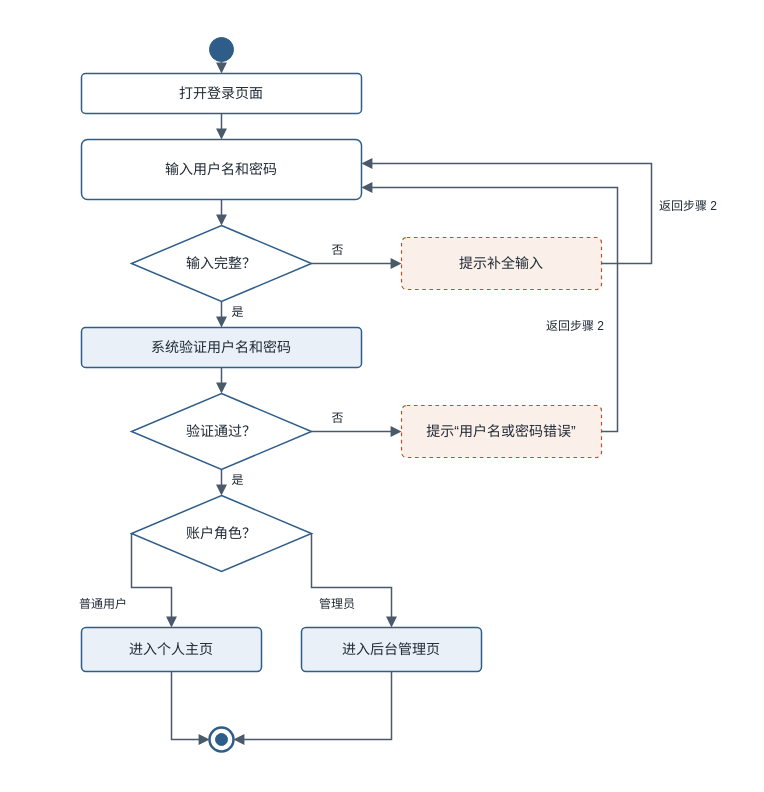
Before: docs/交付/1-账户管理-钟标/images/用户登录_活动图.drawio in chennuo1101/electronic-photo-album-system1, a draw.io diagram. Source tidied: cells renumbered, new cells numbered last; positions are measured from the earlier drawing's top-left corner, leaving out a move shared by most shapes. Both pictures are drawn from the tidied source at 100%, with x=0, y=0 at pixel (57, 17).
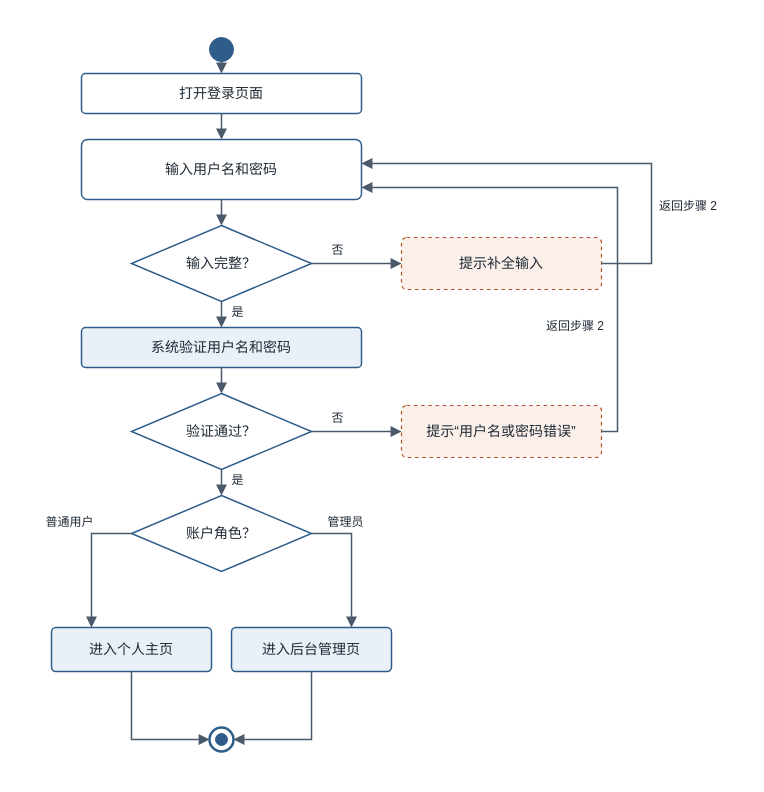
The same page after the edit.

Commit message (it also covers changes not shown here):
fix(diagrams): 交叉处加跨越符号，登录活动图角色分支改为一次折弯

The edit, as a diff of the source:
```diff
@@
     <mxCell id="2" style="rounded=0;whiteSpace=wrap;html=1;fillColor=#FFFFFF;strokeColor=none;" parent="1" vertex="1">
-      <mxGeometry width="690" height="758" as="geometry" />
+      <mxGeometry x="-40" width="730" height="758" as="geometry" />
     </mxCell>
@@
     <mxCell id="12" value="进入个人主页" style="rounded=1;arcSize=10;whiteSpace=wrap;html=1;fillColor=#E9F0F8;strokeColor=#2F5D8A;strokeWidth=1.5;fontFamily=Microsoft YaHei;fontSize=14;fontColor=#1F2A35;" parent="1" vertex="1">
-      <mxGeometry x="24" y="610" width="180" height="44" as="geometry" />
+      <mxGeometry x="-6" y="610" width="160" height="44" as="geometry" />
     </mxCell>
     <mxCell id="13" value="进入后台管理页" style="rounded=1;arcSize=10;whiteSpace=wrap;html=1;fillColor=#E9F0F8;strokeColor=#2F5D8A;strokeWidth=1.5;fontFamily=Microsoft YaHei;fontSize=14;fontColor=#1F2A35;" parent="1" vertex="1">
-      <mxGeometry x="244" y="610" width="180" height="44" as="geometry" />
+      <mxGeometry x="174" y="610" width="160" height="44" as="geometry" />
     </mxCell>
@@
-    <mxCell id="24" style="html=1;rounded=0;strokeColor=#4A5A6A;strokeWidth=1.5;startArrow=none;endArrow=block;endFill=1;endSize=7;" parent="1" edge="1">
+    <mxCell id="24" style="html=1;rounded=0;strokeColor=#4A5A6A;strokeWidth=1.5;startArrow=none;endArrow=block;endFill=1;endSize=7;jumpStyle=arc;jumpSize=6;" parent="1" edge="1">
       <mxGeometry relative="1" as="geometry">
         <mxPoint x="544" y="246" as="sourcePoint" />
         <mxPoint x="304" y="146" as="targetPoint" />
         <Array as="points">
           <mxPoint x="594" y="246" />
           <mxPoint x="594" y="146" />
         </Array>
       </mxGeometry>
     </mxCell>
@@
     <mxCell id="26" style="html=1;rounded=0;strokeColor=#4A5A6A;strokeWidth=1.5;startArrow=none;endArrow=block;endFill=1;endSize=7;" parent="1" edge="1">
       <mxGeometry relative="1" as="geometry">
         <mxPoint x="74" y="516" as="sourcePoint" />
-        <mxPoint x="114" y="610" as="targetPoint" />
+        <mxPoint x="34" y="610" as="targetPoint" />
         <Array as="points">
-          <mxPoint x="74" y="570" />
-          <mxPoint x="114" y="570" />
+          <mxPoint x="34" y="516" />
         </Array>
       </mxGeometry>
     </mxCell>
     <mxCell id="27" style="html=1;rounded=0;strokeColor=#4A5A6A;strokeWidth=1.5;startArrow=none;endArrow=block;endFill=1;endSize=7;" parent="1" edge="1">
       <mxGeometry relative="1" as="geometry">
         <mxPoint x="254" y="516" as="sourcePoint" />
-        <mxPoint x="334" y="610" as="targetPoint" />
+        <mxPoint x="294" y="610" as="targetPoint" />
         <Array as="points">
-          <mxPoint x="254" y="570" />
-          <mxPoint x="334" y="570" />
+          <mxPoint x="294" y="516" />
         </Array>
       </mxGeometry>
     </mxCell>
     <mxCell id="28" style="html=1;rounded=0;strokeColor=#4A5A6A;strokeWidth=1.5;startArrow=none;endArrow=block;endFill=1;endSize=7;" parent="1" edge="1">
       <mxGeometry relative="1" as="geometry">
-        <mxPoint x="114" y="654" as="sourcePoint" />
+        <mxPoint x="74" y="654" as="sourcePoint" />
         <mxPoint x="152" y="722" as="targetPoint" />
         <Array as="points">
-          <mxPoint x="114" y="722" />
+          <mxPoint x="74" y="722" />
         </Array>
       </mxGeometry>
     </mxCell>
     <mxCell id="29" style="html=1;rounded=0;strokeColor=#4A5A6A;strokeWidth=1.5;startArrow=none;endArrow=block;endFill=1;endSize=7;" parent="1" edge="1">
       <mxGeometry relative="1" as="geometry">
-        <mxPoint x="334" y="654" as="sourcePoint" />
+        <mxPoint x="254" y="654" as="sourcePoint" />
         <mxPoint x="176" y="722" as="targetPoint" />
         <Array as="points">
-          <mxPoint x="334" y="722" />
+          <mxPoint x="254" y="722" />
         </Array>
       </mxGeometry>
     </mxCell>
@@
-    <mxCell id="34" value="普通用户" style="text;html=1;align=left;verticalAlign=middle;fillColor=none;strokeColor=none;fontFamily=Microsoft YaHei;fontSize=12;fontColor=#1F2A35;" parent="1" vertex="1">
-      <mxGeometry x="20" y="578" width="64" height="18" as="geometry" />
+    <mxCell id="34" value="普通用户" style="text;html=1;align=center;verticalAlign=middle;fillColor=none;strokeColor=none;fontFamily=Microsoft YaHei;fontSize=12;fontColor=#1F2A35;" parent="1" vertex="1">
+      <mxGeometry x="-16" y="496" width="56" height="18" as="geometry" />
     </mxCell>
-    <mxCell id="35" value="管理员" style="text;html=1;align=left;verticalAlign=middle;fillColor=none;strokeColor=none;fontFamily=Microsoft YaHei;fontSize=12;fontColor=#1F2A35;" parent="1" vertex="1">
-      <mxGeometry x="260" y="578" width="60" height="18" as="geometry" />
+    <mxCell id="35" value="管理员" style="text;html=1;align=center;verticalAlign=middle;fillColor=none;strokeColor=none;fontFamily=Microsoft YaHei;fontSize=12;fontColor=#1F2A35;" parent="1" vertex="1">
+      <mxGeometry x="260" y="496" width="56" height="18" as="geometry" />
     </mxCell>
```
